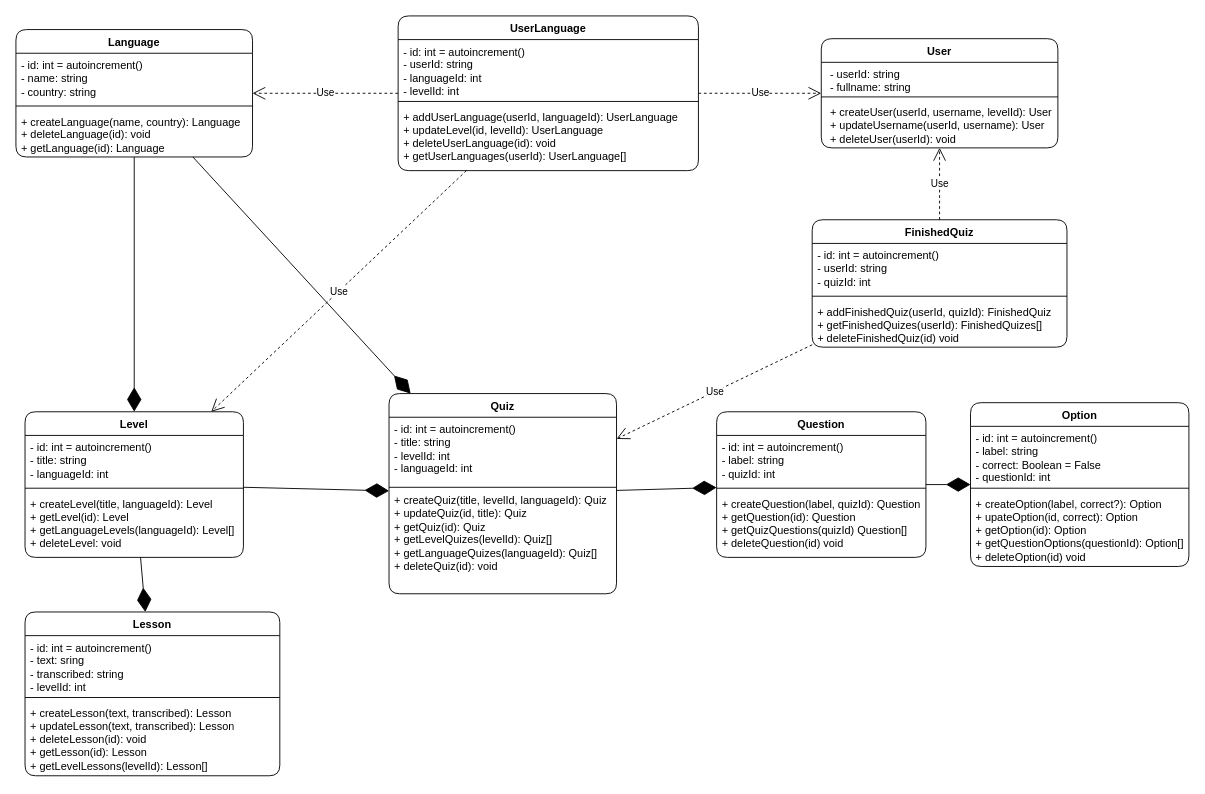
This is page "class diagram" (1 of 3) of Docs/Linger.drawio from ThommysArt/Linger---ExpressJS-NextJS, a draw.io file, before an edit. Source tidied: cells renumbered, new cells numbered last; positions are measured from the earlier drawing's top-left corner, leaving out a move shared by most shapes. Both pictures are drawn from the tidied source at 91%, with x=0, y=0 at pixel (15, 15).
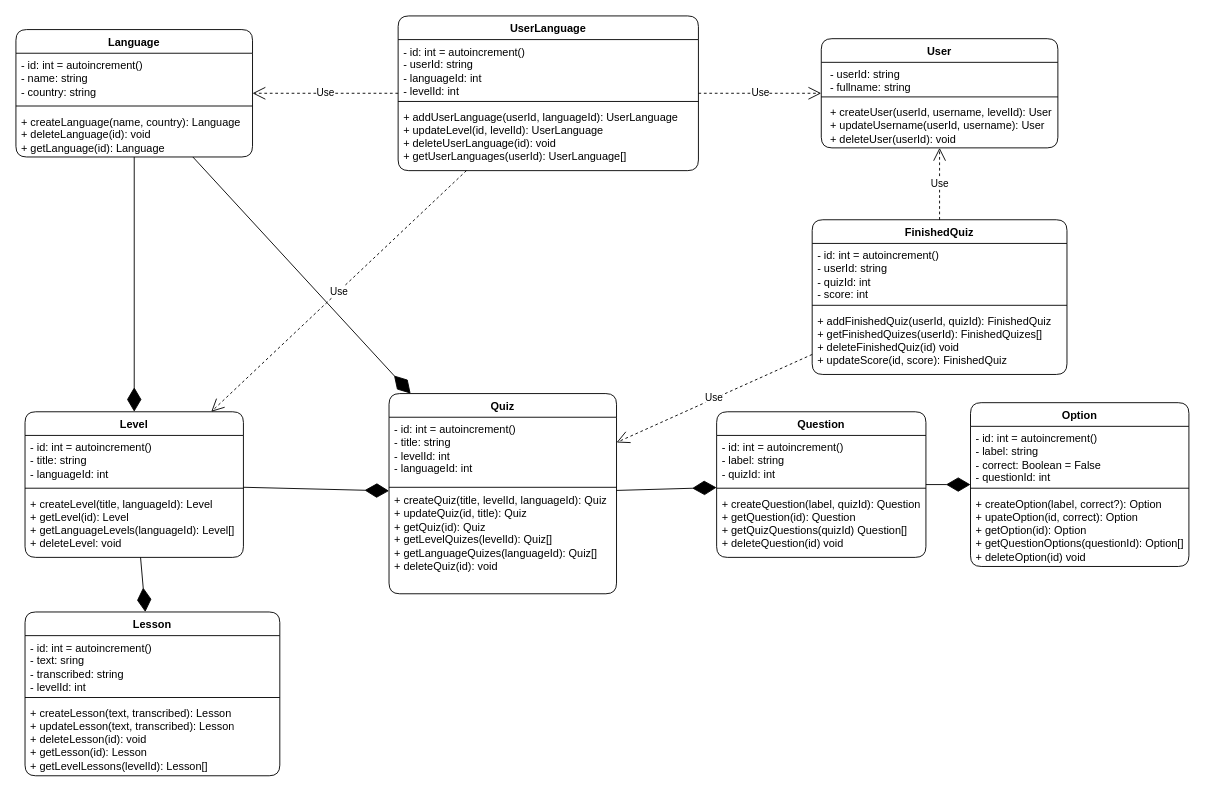
The same diagram, later.

Diff of the diagram source:
```diff
@@
     <mxCell id="38" value="FinishedQuiz" style="swimlane;fontStyle=1;align=center;verticalAlign=top;horizontal=1;startSize=26;whiteSpace=wrap;html=1;rounded=1;" parent="1" vertex="1">
-      <mxGeometry x="875" y="224" width="280" height="140" as="geometry" />
+      <mxGeometry x="875" y="224" width="280" height="170" as="geometry" />
     </mxCell>
-    <mxCell id="39" value="- id: int = autoincrement()&lt;div&gt;- userId: string&lt;/div&gt;&lt;div&gt;- quizId: int&lt;/div&gt;" style="text;strokeColor=none;fillColor=none;align=left;verticalAlign=top;spacingLeft=4;spacingRight=4;overflow=hidden;whiteSpace=wrap;html=1;rounded=1;" parent="38" vertex="1">
-      <mxGeometry y="26" width="280" height="54" as="geometry" />
+    <mxCell id="39" value="- id: int = autoincrement()&lt;div&gt;- userId: string&lt;/div&gt;&lt;div&gt;- quizId: int&lt;/div&gt;&lt;div&gt;- score: int&lt;/div&gt;" style="text;strokeColor=none;fillColor=none;align=left;verticalAlign=top;spacingLeft=4;spacingRight=4;overflow=hidden;whiteSpace=wrap;html=1;rounded=1;" parent="38" vertex="1">
+      <mxGeometry y="26" width="280" height="64" as="geometry" />
     </mxCell>
     <mxCell id="40" style="line;strokeWidth=1;fillColor=none;align=left;verticalAlign=middle;spacingTop=-1;spacingLeft=3;spacingRight=3;labelPosition=right;strokeColor=inherit;rounded=1;" parent="38" vertex="1">
-      <mxGeometry y="80" width="280" height="8" as="geometry" />
+      <mxGeometry y="90" width="280" height="8" as="geometry" />
     </mxCell>
-    <mxCell id="41" value="+ addFinishedQuiz(userId, quizId): FinishedQuiz&lt;div&gt;+ getFinishedQuizes(userId): FinishedQuizes[]&lt;/div&gt;&lt;div&gt;+ deleteFinishedQuiz(id) void&lt;/div&gt;" style="text;strokeColor=none;fillColor=none;align=left;verticalAlign=top;spacingLeft=4;spacingRight=4;overflow=hidden;whiteSpace=wrap;html=1;rounded=1;" parent="38" vertex="1">
-      <mxGeometry y="88" width="280" height="52" as="geometry" />
+    <mxCell id="41" value="+ addFinishedQuiz(userId, quizId): FinishedQuiz&lt;div&gt;+ getFinishedQuizes(userId): FinishedQuizes[]&lt;/div&gt;&lt;div&gt;+ deleteFinishedQuiz(id) void&lt;/div&gt;&lt;div&gt;+ updateScore(id, score): FinishedQuiz&lt;/div&gt;" style="text;strokeColor=none;fillColor=none;align=left;verticalAlign=top;spacingLeft=4;spacingRight=4;overflow=hidden;whiteSpace=wrap;html=1;rounded=1;" parent="38" vertex="1">
+      <mxGeometry y="98" width="280" height="72" as="geometry" />
     </mxCell>
```
